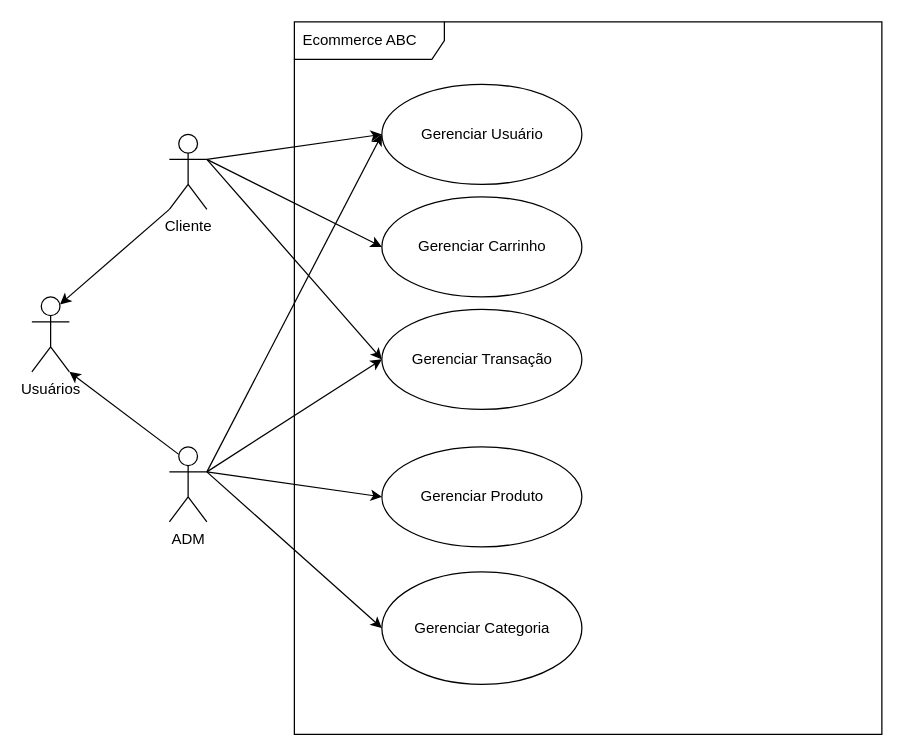
This is page "Visão Geral - Domínio" (1 of 2) of requirements/ecommerce-use-case.drawio from avilahesnan/ecommerce-node-api, a draw.io file, before an edit. Source tidied: cells renumbered, new cells numbered last; positions are measured from the earlier drawing's top-left corner, leaving out a move shared by most shapes. Both pictures are drawn from the tidied source at 125%, with x=0, y=0 at pixel (31, 21).
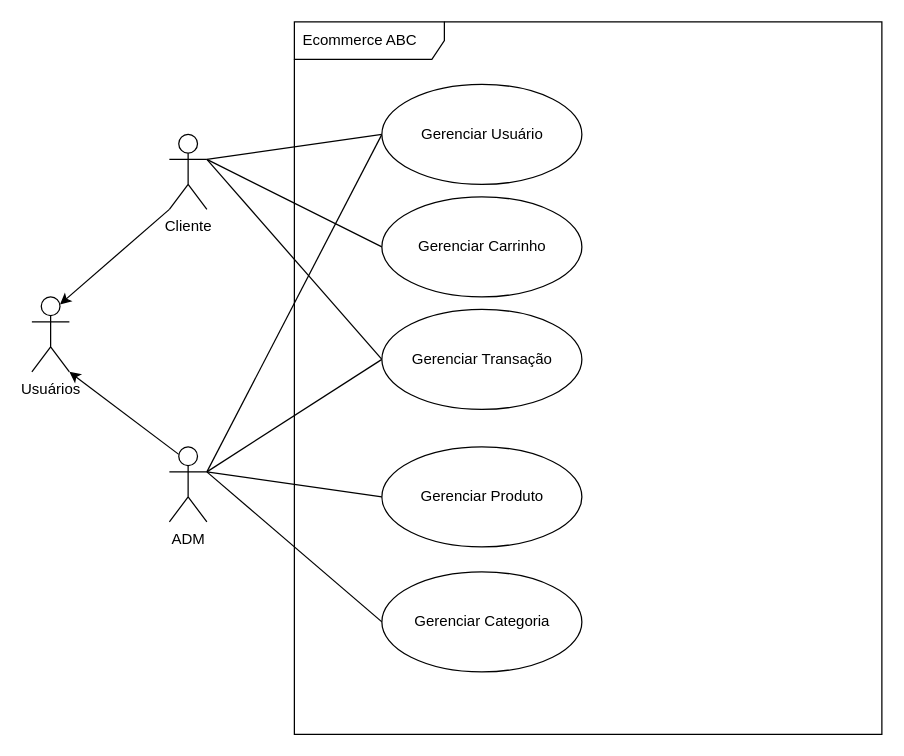
The same diagram, later.

Commit message (it also covers changes not shown here):
use-case

adicionando use-case

What changed in the source:
```diff
@@
 <mxGraphModel>
   <root>
     <mxCell id="0" />
     <mxCell id="1" parent="0" />
     <mxCell id="2" value="Ecommerce ABC" style="shape=umlFrame;whiteSpace=wrap;html=1;width=120;height=30;boundedLbl=1;verticalAlign=middle;align=left;spacingLeft=5;" parent="1" vertex="1">
       <mxGeometry x="210" width="470" height="570" as="geometry" />
     </mxCell>
     <mxCell id="3" style="edgeStyle=none;html=1;exitX=0.25;exitY=0.1;exitDx=0;exitDy=0;exitPerimeter=0;entryX=1;entryY=1;entryDx=0;entryDy=0;entryPerimeter=0;" parent="1" edge="1" source="8" target="14">
       <mxGeometry relative="1" as="geometry" />
     </mxCell>
-    <mxCell id="4" style="edgeStyle=none;html=1;exitX=1;exitY=0.3333333333333333;exitDx=0;exitDy=0;exitPerimeter=0;entryX=0;entryY=0.5;entryDx=0;entryDy=0;" parent="1" edge="1" source="8" target="19">
+    <mxCell id="4" style="edgeStyle=none;html=1;exitX=1;exitY=0.3333333333333333;exitDx=0;exitDy=0;exitPerimeter=0;entryX=0;entryY=0.5;entryDx=0;entryDy=0;endArrow=none;endFill=0;" parent="1" edge="1" source="8" target="19">
       <mxGeometry relative="1" as="geometry" />
     </mxCell>
-    <mxCell id="5" style="edgeStyle=none;html=1;exitX=1;exitY=0.3333333333333333;exitDx=0;exitDy=0;exitPerimeter=0;entryX=0;entryY=0.5;entryDx=0;entryDy=0;" parent="1" edge="1" source="8" target="15">
+    <mxCell id="5" style="edgeStyle=none;html=1;exitX=1;exitY=0.3333333333333333;exitDx=0;exitDy=0;exitPerimeter=0;entryX=0;entryY=0.5;entryDx=0;entryDy=0;endArrow=none;endFill=0;" parent="1" edge="1" source="8" target="15">
       <mxGeometry relative="1" as="geometry" />
     </mxCell>
-    <mxCell id="6" style="edgeStyle=none;html=1;exitX=1;exitY=0.3333333333333333;exitDx=0;exitDy=0;exitPerimeter=0;entryX=0;entryY=0.5;entryDx=0;entryDy=0;" parent="1" edge="1" source="8" target="16">
+    <mxCell id="6" style="edgeStyle=none;html=1;exitX=1;exitY=0.3333333333333333;exitDx=0;exitDy=0;exitPerimeter=0;entryX=0;entryY=0.5;entryDx=0;entryDy=0;endArrow=none;endFill=0;" parent="1" edge="1" source="8" target="16">
       <mxGeometry relative="1" as="geometry" />
     </mxCell>
-    <mxCell id="7" style="edgeStyle=none;html=1;exitX=1;exitY=0.3333333333333333;exitDx=0;exitDy=0;exitPerimeter=0;entryX=0;entryY=0.5;entryDx=0;entryDy=0;" parent="1" edge="1" source="8" target="17">
+    <mxCell id="7" style="edgeStyle=none;html=1;exitX=1;exitY=0.3333333333333333;exitDx=0;exitDy=0;exitPerimeter=0;entryX=0;entryY=0.5;entryDx=0;entryDy=0;endArrow=none;endFill=0;" parent="1" edge="1" source="8" target="17">
       <mxGeometry relative="1" as="geometry" />
     </mxCell>
     <mxCell id="8" value="ADM" style="shape=umlActor;verticalLabelPosition=bottom;verticalAlign=top;html=1;" parent="1" vertex="1">
       <mxGeometry x="110" y="340" width="30" height="60" as="geometry" />
     </mxCell>
     <mxCell id="9" style="edgeStyle=none;html=1;exitX=0;exitY=1;exitDx=0;exitDy=0;exitPerimeter=0;entryX=0.75;entryY=0.1;entryDx=0;entryDy=0;entryPerimeter=0;" parent="1" edge="1" source="13" target="14">
       <mxGeometry relative="1" as="geometry" />
     </mxCell>
-    <mxCell id="10" style="edgeStyle=none;html=1;exitX=1;exitY=0.3333333333333333;exitDx=0;exitDy=0;exitPerimeter=0;entryX=0;entryY=0.5;entryDx=0;entryDy=0;" parent="1" edge="1" source="13" target="18">
+    <mxCell id="10" style="edgeStyle=none;html=1;exitX=1;exitY=0.3333333333333333;exitDx=0;exitDy=0;exitPerimeter=0;entryX=0;entryY=0.5;entryDx=0;entryDy=0;endArrow=none;endFill=0;" parent="1" edge="1" source="13" target="18">
       <mxGeometry relative="1" as="geometry" />
     </mxCell>
-    <mxCell id="11" style="edgeStyle=none;html=1;exitX=1;exitY=0.3333333333333333;exitDx=0;exitDy=0;exitPerimeter=0;entryX=0;entryY=0.5;entryDx=0;entryDy=0;" parent="1" edge="1" source="13" target="19">
+    <mxCell id="11" style="edgeStyle=none;html=1;exitX=1;exitY=0.3333333333333333;exitDx=0;exitDy=0;exitPerimeter=0;entryX=0;entryY=0.5;entryDx=0;entryDy=0;endArrow=none;endFill=0;" parent="1" edge="1" source="13" target="19">
       <mxGeometry relative="1" as="geometry" />
     </mxCell>
-    <mxCell id="12" style="edgeStyle=none;html=1;exitX=1;exitY=0.3333333333333333;exitDx=0;exitDy=0;exitPerimeter=0;entryX=0;entryY=0.5;entryDx=0;entryDy=0;" parent="1" edge="1" source="13" target="17">
+    <mxCell id="12" style="edgeStyle=none;html=1;exitX=1;exitY=0.3333333333333333;exitDx=0;exitDy=0;exitPerimeter=0;entryX=0;entryY=0.5;entryDx=0;entryDy=0;endArrow=none;endFill=0;" parent="1" edge="1" source="13" target="17">
       <mxGeometry relative="1" as="geometry" />
     </mxCell>
     <mxCell id="13" value="Cliente" style="shape=umlActor;verticalLabelPosition=bottom;verticalAlign=top;html=1;" parent="1" vertex="1">
       <mxGeometry x="110" y="90" width="30" height="60" as="geometry" />
     </mxCell>
     <mxCell id="14" value="Usuários" style="shape=umlActor;verticalLabelPosition=bottom;verticalAlign=top;html=1;" parent="1" vertex="1">
       <mxGeometry y="220" width="30" height="60" as="geometry" />
     </mxCell>
     <mxCell id="15" value="Gerenciar Produto" style="shape=ellipse;horizontal=1;html=1;dashed=0;" parent="1" vertex="1">
       <mxGeometry x="280" y="340" width="160" height="80" as="geometry" />
     </mxCell>
     <mxCell id="16" value="Gerenciar Categoria" style="shape=ellipse;horizontal=1;html=1;dashed=0;" parent="1" vertex="1">
-      <mxGeometry x="280" y="440" width="160" height="90" as="geometry" />
+      <mxGeometry x="280" y="440" width="160" height="80" as="geometry" />
     </mxCell>
     <mxCell id="17" value="Gerenciar Transação" style="shape=ellipse;horizontal=1;html=1;dashed=0;" parent="1" vertex="1">
       <mxGeometry x="280" y="230" width="160" height="80" as="geometry" />
     </mxCell>
     <mxCell id="18" value="Gerenciar Carrinho" style="shape=ellipse;horizontal=1;html=1;dashed=0;" parent="1" vertex="1">
       <mxGeometry x="280" y="140" width="160" height="80" as="geometry" />
     </mxCell>
     <mxCell id="19" value="Gerenciar Usuário" style="shape=ellipse;horizontal=1;html=1;dashed=0;" parent="1" vertex="1">
       <mxGeometry x="280" y="50" width="160" height="80" as="geometry" />
     </mxCell>
   </root>
 </mxGraphModel>
```
